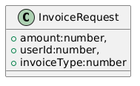
wemade-IoT/Documents_Repository keeps this PlantUML diagram as assets/class-diagrams/paymentWeb.png. Above is the earlier version. The source it was exported from:
```plantuml
@startuml
class InvoiceRequest{
 +amount:number,
 +userId:number,
 +invoiceType:number
}
@enduml
```
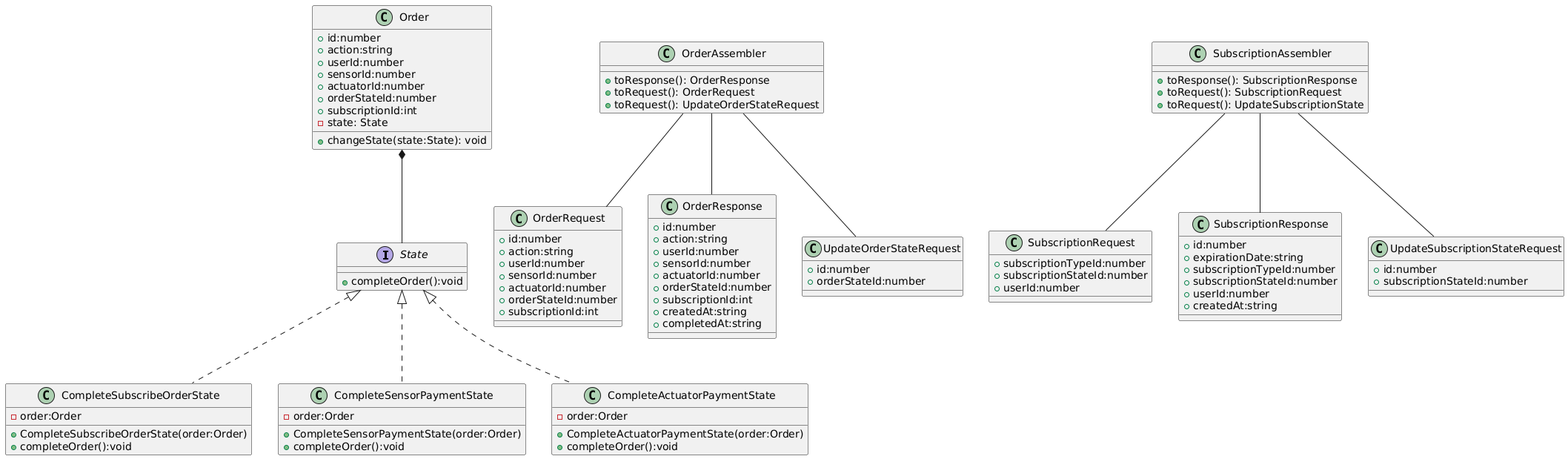
Later version of the same file.

Commit message:
docs: added class diagram for payment web and mobile application

What changed in the source:
```diff
@@ -1,7 +1,105 @@
 @startuml
-class InvoiceRequest{
- +amount:number,
- +userId:number,
- +invoiceType:number
+interface State{
+  +completeOrder():void
 }
+
+class CompleteSubscribeOrderState implements State{
+   -order:Order
+   +CompleteSubscribeOrderState(order:Order)
+   +completeOrder():void
+}
+
+class CompleteSensorPaymentState implements State {
+    -order:Order
+    +CompleteSensorPaymentState(order:Order)
+    +completeOrder():void
+
+}
+
+class CompleteActuatorPaymentState implements State {
+   -order:Order
+    +CompleteActuatorPaymentState(order:Order)
+    +completeOrder():void
+}
+
+class OrderAssembler{
+  +toResponse(): OrderResponse
+  +toRequest(): OrderRequest
+  +toRequest(): UpdateOrderStateRequest
+}
+
+class SubscriptionAssembler{
+  +toResponse(): SubscriptionResponse
+  +toRequest(): SubscriptionRequest
+  +toRequest(): UpdateSubscriptionState
+}
+
+class SubscriptionRequest {
+  +subscriptionTypeId:number
+  +subscriptionStateId:number
+  +userId:number
+}
+
+class SubscriptionResponse {
+  +id:number
+  +expirationDate:string
+  +subscriptionTypeId:number
+  +subscriptionStateId:number
+  +userId:number
+  +createdAt:string
+}
+
+class UpdateSubscriptionStateRequest{
+  +id:number
+  +subscriptionStateId:number
+}
+
+class Order {
+  +id:number
+  +action:string
+  +userId:number
+  +sensorId:number
+  +actuatorId:number
+  +orderStateId:number
+  +subscriptionId:int
+  -state: State
+  +changeState(state:State): void
+}
+
+class OrderRequest{
+  +id:number
+  +action:string
+  +userId:number
+  +sensorId:number
+  +actuatorId:number
+  +orderStateId:number
+  +subscriptionId:int
+}
+
+class OrderResponse {
+ +id:number
+  +action:string
+  +userId:number
+  +sensorId:number
+  +actuatorId:number
+  +orderStateId:number
+  +subscriptionId:int
+  +createdAt:string
+  +completedAt:string
+}
+
+class UpdateOrderStateRequest{
+  +id:number
+  +orderStateId:number
+}
+
+Order *-- State
+
+OrderAssembler -- OrderRequest
+OrderAssembler -- OrderResponse
+SubscriptionAssembler -- SubscriptionRequest
+SubscriptionAssembler -- SubscriptionResponse
+SubscriptionAssembler -- UpdateSubscriptionStateRequest
+
+OrderAssembler -- UpdateOrderStateRequest
 @enduml
```
